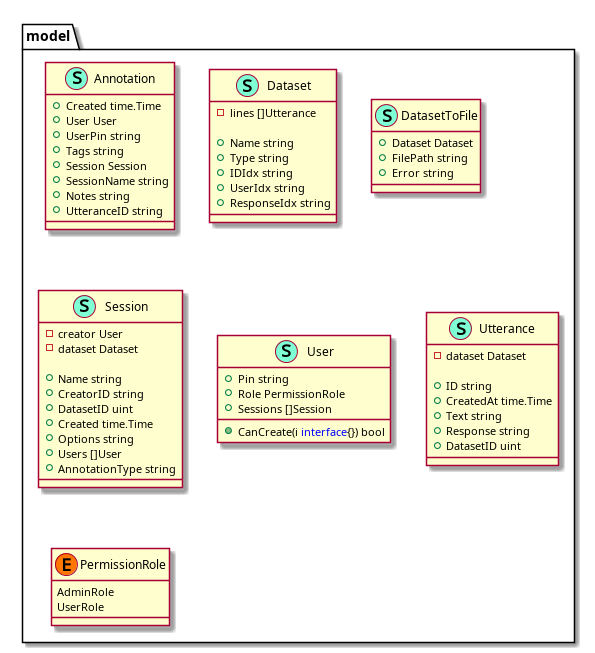
afduarte/honours keeps this PlantUML diagram as datamodel.png. Above is the earlier version.
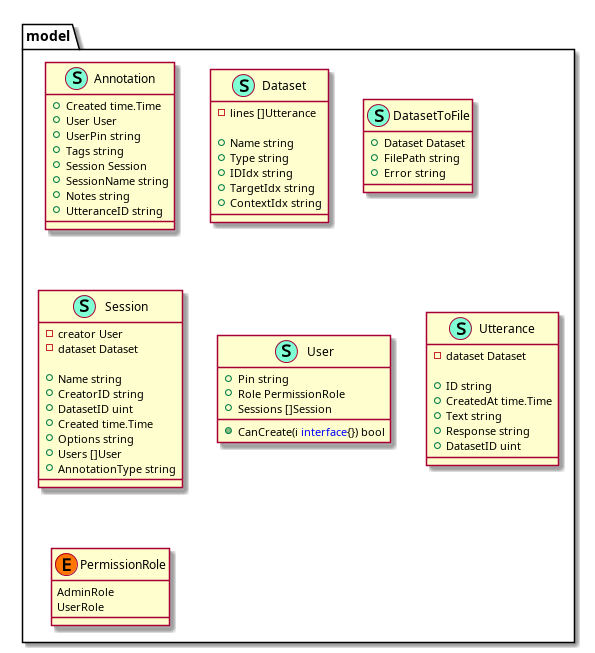
Later version of the same file.

Commit message:
Renamed Annotation Fields

Change to the diagram source:
```diff
@@ -17,8 +17,8 @@
         + Name string
         + Type string
         + IDIdx string
-        + UserIdx string
-        + ResponseIdx string
+        + TargetIdx string
+        + ContextIdx string
 
     }
     class DatasetToFile << (S,Aquamarine) >> {
```
